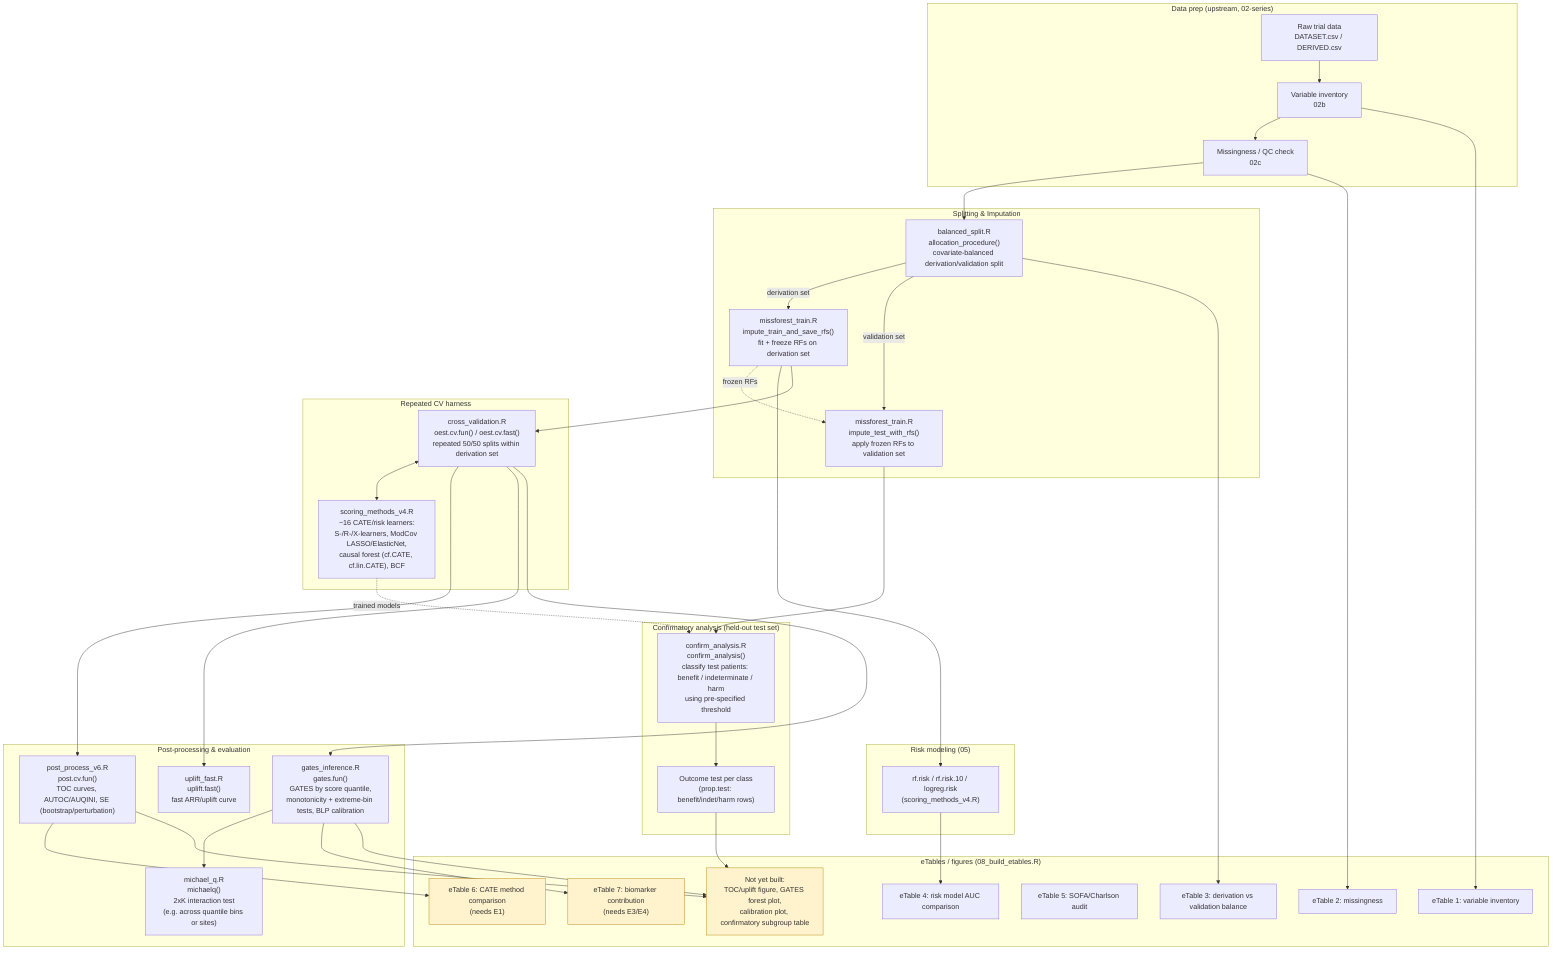
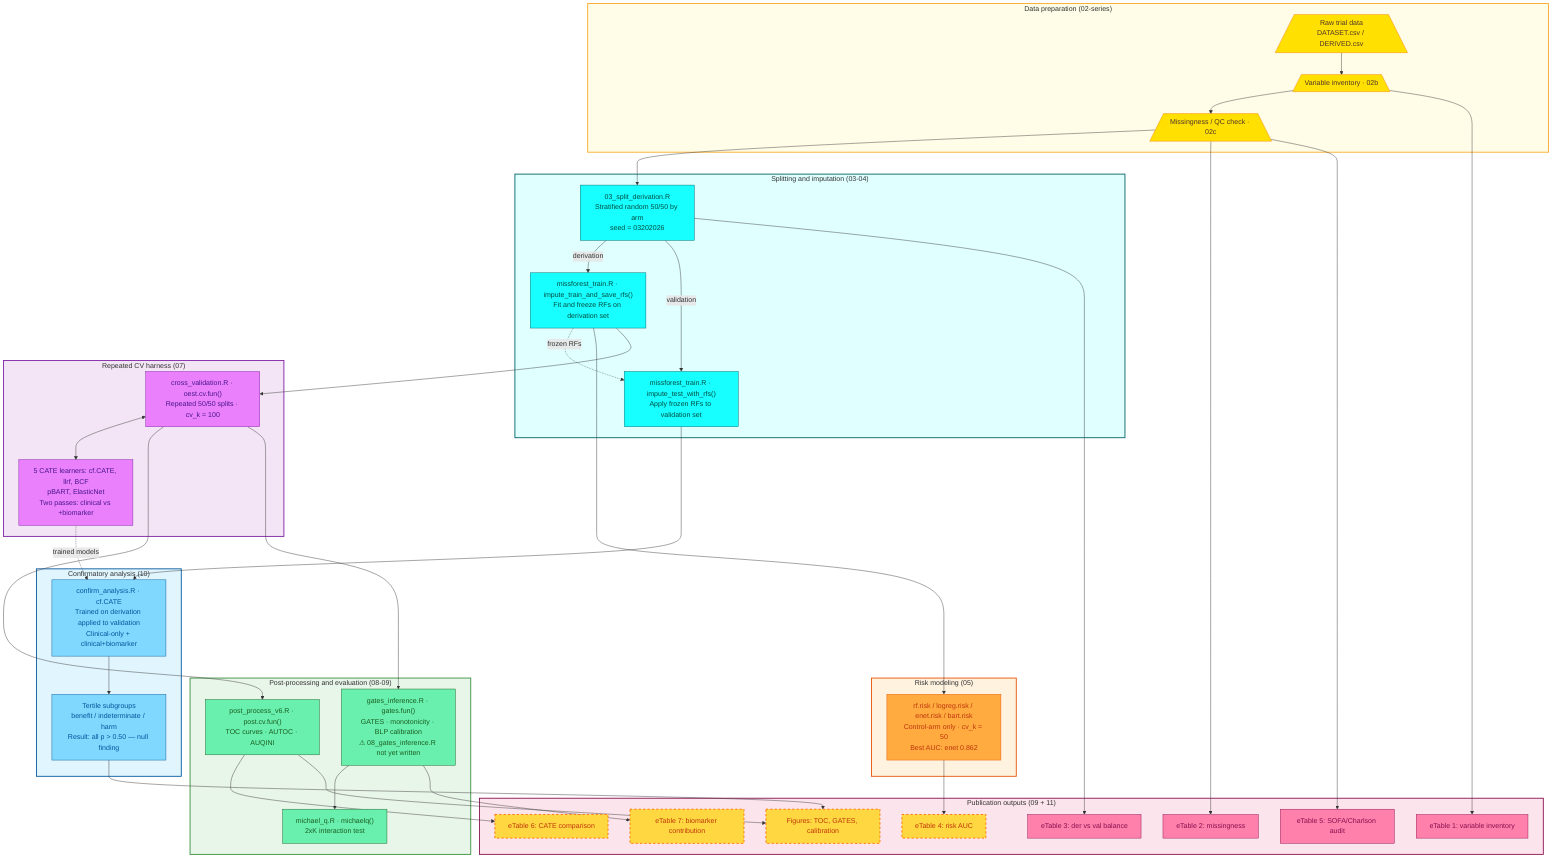
flowchart TD

-     subgraph DATA["Data prep (upstream, 02-series)"]
-         A1[Raw trial data<br/>DATASET.csv / DERIVED.csv]
-         A2[Variable inventory<br/>02b]
-         A3[Missingness / QC check<br/>02c]
+     subgraph DATA["Data preparation (02-series)"]
+         A1[/"Raw trial data<br/>DATASET.csv / DERIVED.csv"\]
+         A2[/"Variable inventory · 02b"\]
+         A3[/"Missingness / QC check · 02c"\]
        A1 --> A2 --> A3
    end

-     subgraph SPLIT["Splitting & Imputation"]
-         B1["balanced_split.R<br/>allocation_procedure()<br/>covariate-balanced derivation/validation split"]
-         B2["missforest_train.R<br/>impute_train_and_save_rfs()<br/>fit + freeze RFs on derivation set"]
-         B3["missforest_train.R<br/>impute_test_with_rfs()<br/>apply frozen RFs to validation set"]
+     subgraph SPLIT["Splitting and imputation (03-04)"]
+         B1["03_split_derivation.R<br/>Stratified random 50/50 by arm<br/>seed = 03202026"]
+         B2["missforest_train.R · impute_train_and_save_rfs()<br/>Fit and freeze RFs on derivation set"]
+         B3["missforest_train.R · impute_test_with_rfs()<br/>Apply frozen RFs to validation set"]
        A3 --> B1
-         B1 -->|derivation set| B2
-         B1 -->|validation set| B3
+         B1 -->|derivation| B2
+         B1 -->|validation| B3
        B2 -.frozen RFs.-> B3
    end

    subgraph RISK["Risk modeling (05)"]
-         C1["rf.risk / rf.risk.10 / logreg.risk<br/>(scoring_methods_v4.R)"]
+         C1["rf.risk / logreg.risk / enet.risk / bart.risk<br/>Control-arm only · cv_k = 50<br/>Best AUC: enet 0.862"]
        B2 --> C1
    end

-     subgraph CV["Repeated CV harness"]
-         D1["cross_validation.R<br/>oest.cv.fun() / oest.cv.fast()<br/>repeated 50/50 splits within derivation set"]
-         D2["scoring_methods_v4.R<br/>~16 CATE/risk learners:<br/>S-/R-/X-learners, ModCov LASSO/ElasticNet,<br/>causal forest (cf.CATE, cf.lin.CATE), BCF"]
+     subgraph CV["Repeated CV harness (07)"]
+         D1["cross_validation.R · oest.cv.fun()<br/>Repeated 50/50 splits · cv_k = 100"]
+         D2["5 CATE learners: cf.CATE, llrf, BCF<br/>pBART, ElasticNet<br/>Two passes: clinical vs +biomarker"]
        B2 --> D1
        D1 <--> D2
    end

-     subgraph POST["Post-processing & evaluation"]
-         E1["post_process_v6.R<br/>post.cv.fun()<br/>TOC curves, AUTOC/AUQINI, SE (bootstrap/perturbation)"]
-         E2["uplift_fast.R<br/>uplift.fast()<br/>fast ARR/uplift curve"]
-         E3["gates_inference.R<br/>gates.fun()<br/>GATES by score quantile,<br/>monotonicity + extreme-bin tests, BLP calibration"]
-         E4["michael_q.R<br/>michaelq()<br/>2xK interaction test<br/>(e.g. across quantile bins or sites)"]
+     subgraph POST["Post-processing and evaluation (08-09)"]
+         E1["post_process_v6.R · post.cv.fun()<br/>TOC curves · AUTOC · AUQINI"]
+         E3["gates_inference.R · gates.fun()<br/>GATES · monotonicity · BLP calibration<br/>⚠ 08_gates_inference.R not yet written"]
+         E4["michael_q.R · michaelq()<br/>2xK interaction test"]
        D1 --> E1
-         D1 --> E2
        D1 --> E3
        E3 --> E4
    end

-     subgraph CONFIRM["Confirmatory analysis (held-out test set)"]
-         F1["confirm_analysis.R<br/>confirm_analysis()<br/>classify test patients: benefit / indeterminate / harm<br/>using pre-specified threshold"]
-         F2["Outcome test per class<br/>(prop.test: benefit/indet/harm rows)"]
+     subgraph CONFIRM["Confirmatory analysis (10)"]
+         F1["confirm_analysis.R · cf.CATE<br/>Trained on derivation applied to validation<br/>Clinical-only + clinical+biomarker"]
+         F2["Tertile subgroups<br/>benefit / indeterminate / harm<br/>Result: all p > 0.50 — null finding"]
        B3 --> F1
        D2 -.trained models.-> F1
        F1 --> F2
    end

-     subgraph OUT["eTables / figures (08_build_etables.R)"]
-         G1[eTable 1: variable inventory]
-         G2[eTable 2: missingness]
-         G3[eTable 3: derivation vs validation balance]
-         G4[eTable 4: risk model AUC comparison]
-         G5[eTable 5: SOFA/Charlson audit]
-         G6["eTable 6: CATE method comparison<br/>(needs E1)"]
-         G7["eTable 7: biomarker contribution<br/>(needs E3/E4)"]
-         G8["Not yet built:<br/>TOC/uplift figure, GATES forest plot,<br/>calibration plot, confirmatory subgroup table"]
+     subgraph OUT["Publication outputs (09 + 11)"]
+         G1["eTable 1: variable inventory"]
+         G2["eTable 2: missingness"]
+         G3["eTable 3: der vs val balance"]
+         G4["eTable 4: risk AUC"]
+         G5["eTable 5: SOFA/Charlson audit"]
+         G6["eTable 6: CATE comparison"]
+         G7["eTable 7: biomarker contribution"]
+         G8["Figures: TOC, GATES, calibration"]
        A2 --> G1
        A3 --> G2
        B1 --> G3
        C1 --> G4
+         A3 --> G5
        E1 --> G6
        E3 --> G7
        F2 --> G8
        E1 --> G8
-         E3 --> G8
    end

-     classDef pending fill:#fff3cd,stroke:#b8860b,stroke-width:1px;
-     class G6,G7,G8 pending;+     classDef dataNode    fill:#FFE000,stroke:#F57F17,color:#4E342E
+     classDef splitNode   fill:#18FFFF,stroke:#006064,color:#004D40
+     classDef riskNode    fill:#FFAB40,stroke:#E65100,color:#BF360C
+     classDef cvNode      fill:#EA80FC,stroke:#7B1FA2,color:#4A148C
+     classDef postNode    fill:#69F0AE,stroke:#1B5E20,color:#1B5E20
+     classDef confirmNode fill:#80D8FF,stroke:#01579B,color:#01579B
+     classDef outNode     fill:#FF80AB,stroke:#880E4F,color:#880E4F
+     classDef pending     fill:#FFD740,stroke:#FF6D00,stroke-width:2px,stroke-dasharray:5 5,color:#BF360C
+ 
+     class A1,A2,A3 dataNode
+     class B1,B2,B3 splitNode
+     class C1 riskNode
+     class D1,D2 cvNode
+     class E1,E3,E4 postNode
+     class F1,F2 confirmNode
+     class G1,G2,G3,G4,G5,G6,G7,G8 outNode
+     class G4,G6,G7,G8 pending
+ 
+     style DATA    fill:#FFFDE7,stroke:#F9A825,stroke-width:2px
+     style SPLIT   fill:#E0FFFF,stroke:#006064,stroke-width:2px
+     style RISK    fill:#FFF3E0,stroke:#E65100,stroke-width:2px
+     style CV      fill:#F3E5F5,stroke:#7B1FA2,stroke-width:2px
+     style POST    fill:#E8F5E9,stroke:#388E3C,stroke-width:2px
+     style CONFIRM fill:#E1F5FE,stroke:#01579B,stroke-width:2px
+     style OUT     fill:#FCE4EC,stroke:#880E4F,stroke-width:2px